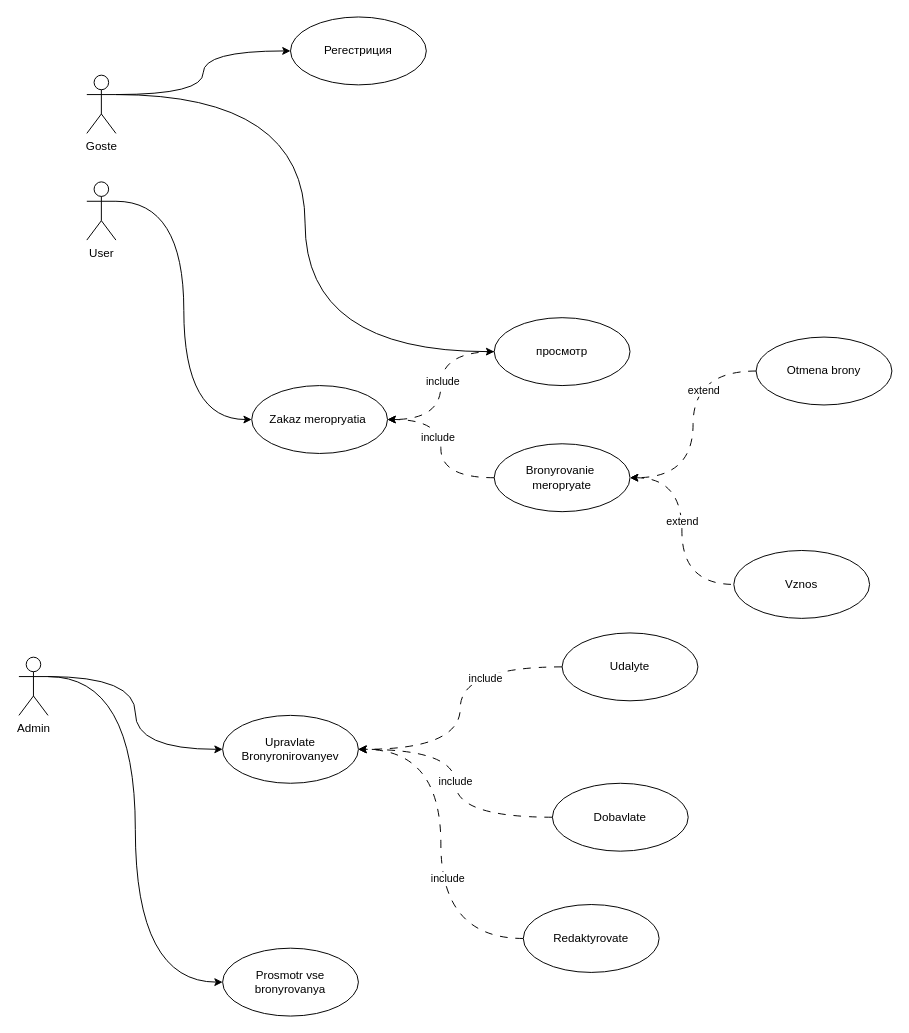
This is page "Страница — 1" (1 of 2) of 12.drawio from Dony667/-, a draw.io file, before an edit. Source tidied: cells renumbered, new cells numbered last; positions are measured from the earlier drawing's top-left corner, leaving out a move shared by most shapes. Both pictures are drawn from the tidied source at 97%, with x=0, y=0 at pixel (18, 16).
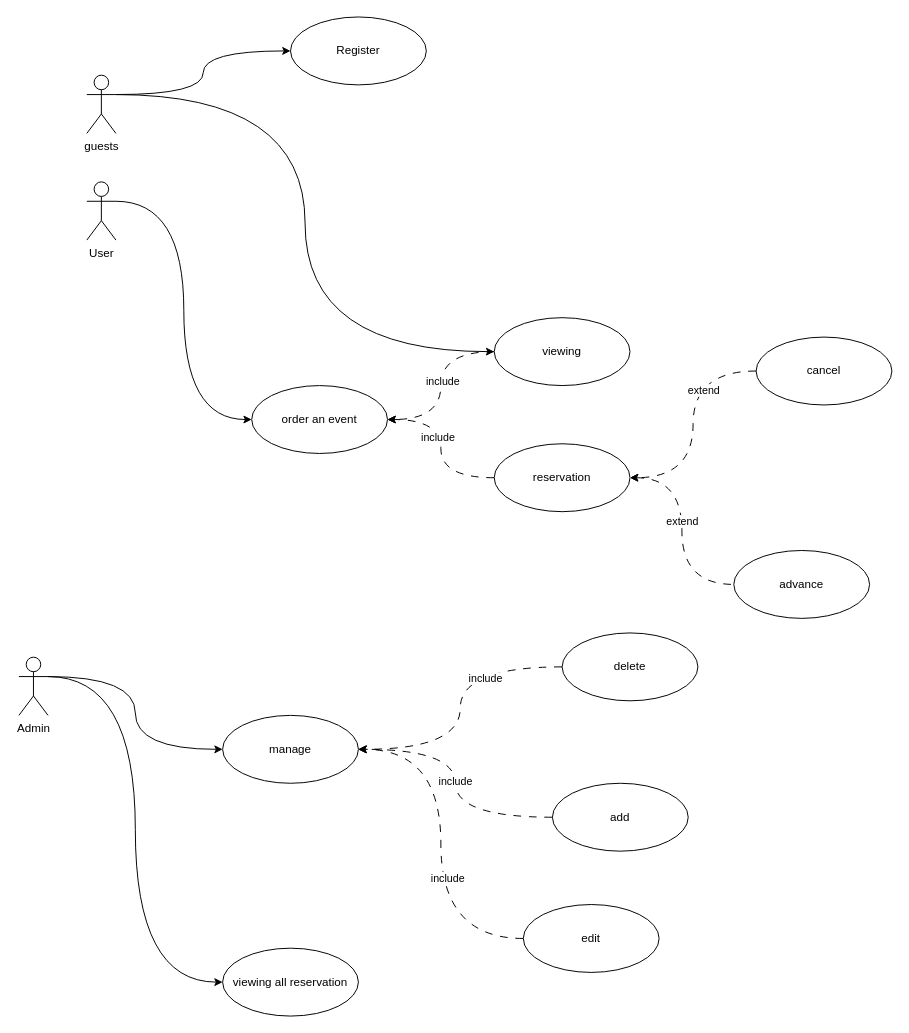
The same diagram, later.

Change to the diagram source:
```diff
@@
-    <mxCell id="9" value="Goste" style="shape=umlActor;verticalLabelPosition=bottom;verticalAlign=top;html=1;outlineConnect=0;" parent="1" vertex="1">
+    <mxCell id="9" value="guests" style="shape=umlActor;verticalLabelPosition=bottom;verticalAlign=top;html=1;outlineConnect=0;" parent="1" vertex="1">
       <mxGeometry x="70" y="60" width="30" height="60" as="geometry" />
     </mxCell>
@@
-    <mxCell id="12" value="просмотр" style="ellipse;whiteSpace=wrap;html=1;" parent="1" vertex="1">
+    <mxCell id="12" value="viewing" style="ellipse;whiteSpace=wrap;html=1;" parent="1" vertex="1">
       <mxGeometry x="490" y="310" width="140" height="70" as="geometry" />
     </mxCell>
-    <mxCell id="13" value="Регестриция" style="ellipse;whiteSpace=wrap;html=1;" parent="1" vertex="1">
+    <mxCell id="13" value="Register" style="ellipse;whiteSpace=wrap;html=1;" parent="1" vertex="1">
       <mxGeometry x="280" width="140" height="70" as="geometry" />
     </mxCell>
@@
-    <mxCell id="18" value="Bronyrovanie&amp;nbsp;&lt;div&gt;meropryate&lt;/div&gt;" style="ellipse;whiteSpace=wrap;html=1;" parent="1" vertex="1">
+    <mxCell id="18" value="reservation" style="ellipse;whiteSpace=wrap;html=1;" parent="1" vertex="1">
       <mxGeometry x="490" y="440" width="140" height="70" as="geometry" />
     </mxCell>
@@
-    <mxCell id="21" value="Otmena brony" style="ellipse;whiteSpace=wrap;html=1;" parent="1" vertex="1">
+    <mxCell id="21" value="cancel" style="ellipse;whiteSpace=wrap;html=1;" parent="1" vertex="1">
       <mxGeometry x="760" y="330" width="140" height="70" as="geometry" />
     </mxCell>
-    <mxCell id="22" value="Zakaz meropryatia&amp;nbsp;" style="ellipse;whiteSpace=wrap;html=1;" parent="1" vertex="1">
+    <mxCell id="22" value="order an event" style="ellipse;whiteSpace=wrap;html=1;" parent="1" vertex="1">
       <mxGeometry x="240" y="380" width="140" height="70" as="geometry" />
     </mxCell>
-    <mxCell id="23" value="Vznos" style="ellipse;whiteSpace=wrap;html=1;" parent="1" vertex="1">
+    <mxCell id="23" value="advance" style="ellipse;whiteSpace=wrap;html=1;" parent="1" vertex="1">
       <mxGeometry x="737" y="550" width="140" height="70" as="geometry" />
     </mxCell>
-    <mxCell id="24" value="Upravlate Bronyronirovanyev" style="ellipse;whiteSpace=wrap;html=1;" parent="1" vertex="1">
+    <mxCell id="24" value="manage" style="ellipse;whiteSpace=wrap;html=1;" parent="1" vertex="1">
       <mxGeometry x="210" y="720" width="140" height="70" as="geometry" />
     </mxCell>
@@
-    <mxCell id="27" value="Udalyte" style="ellipse;whiteSpace=wrap;html=1;" parent="1" vertex="1">
+    <mxCell id="27" value="delete" style="ellipse;whiteSpace=wrap;html=1;" parent="1" vertex="1">
       <mxGeometry x="560" y="635" width="140" height="70" as="geometry" />
     </mxCell>
@@
-    <mxCell id="30" value="Dobavlate" style="ellipse;whiteSpace=wrap;html=1;" parent="1" vertex="1">
+    <mxCell id="30" value="add" style="ellipse;whiteSpace=wrap;html=1;" parent="1" vertex="1">
       <mxGeometry x="550" y="790" width="140" height="70" as="geometry" />
     </mxCell>
@@
-    <mxCell id="33" value="Redaktyrovate" style="ellipse;whiteSpace=wrap;html=1;" parent="1" vertex="1">
+    <mxCell id="33" value="edit" style="ellipse;whiteSpace=wrap;html=1;" parent="1" vertex="1">
       <mxGeometry x="520" y="915" width="140" height="70" as="geometry" />
     </mxCell>
-    <mxCell id="34" value="Prosmotr vse bronyrovanya" style="ellipse;whiteSpace=wrap;html=1;" parent="1" vertex="1">
+    <mxCell id="34" value="viewing all reservation" style="ellipse;whiteSpace=wrap;html=1;" parent="1" vertex="1">
       <mxGeometry x="210" y="960" width="140" height="70" as="geometry" />
     </mxCell>
```
